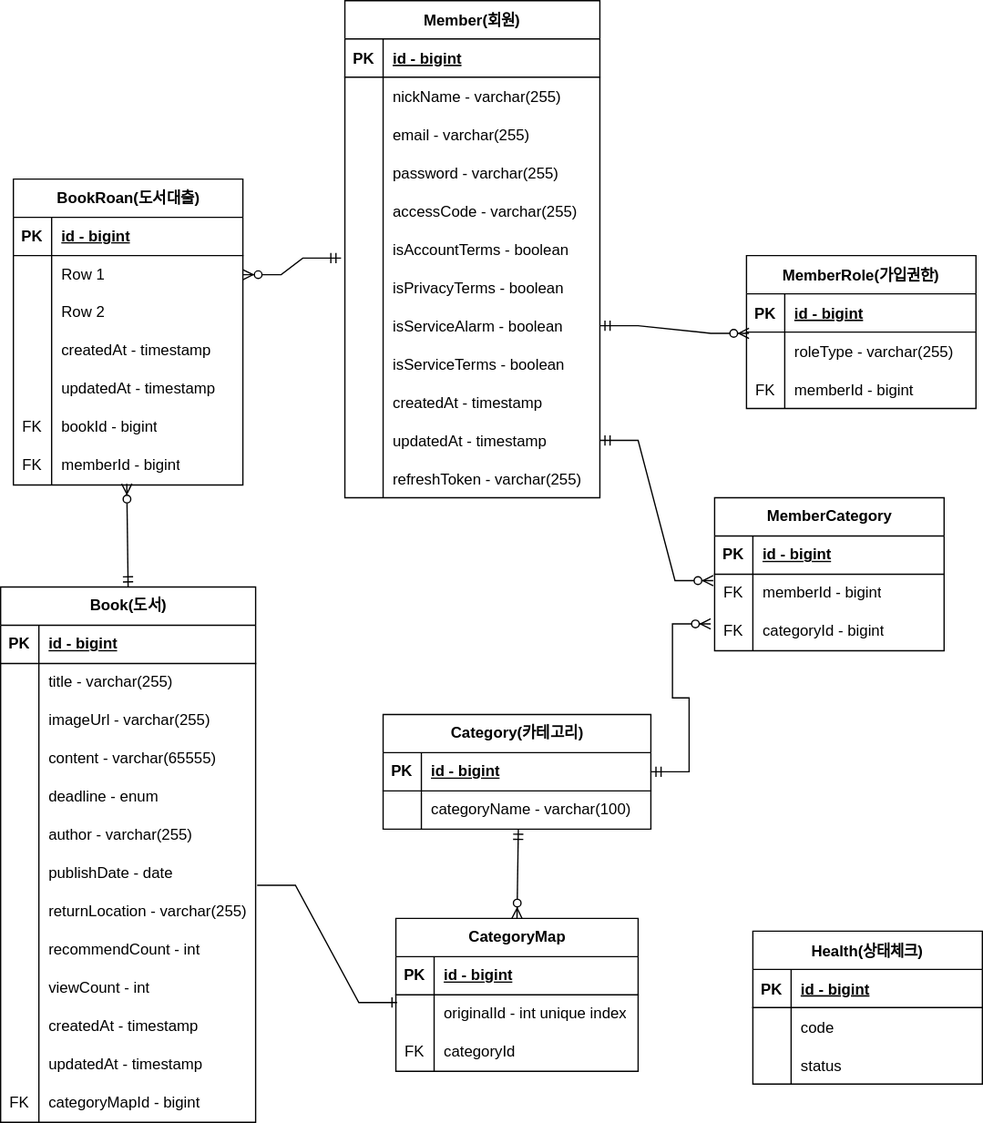
Before: document/litarary.drawio.svg, a diagram exported from draw.io (dukki-labs/litarary). Source tidied: cells renumbered, new cells last; positions are measured from the earlier drawing's top-left corner, leaving out a move shared by most shapes.
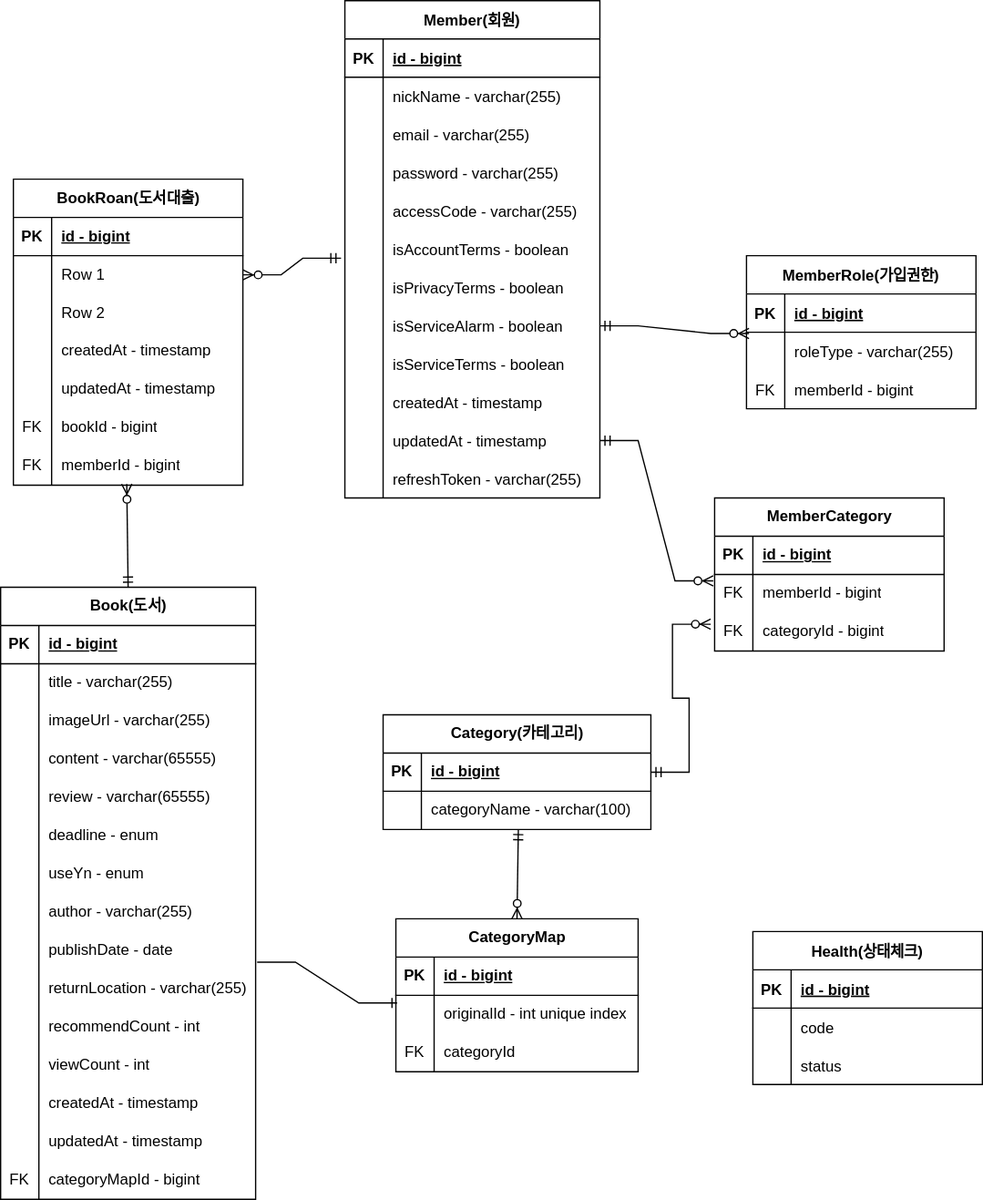
After the commit.

Commit message:
Feat: [#66] 도서테이블ERD 업데이트

Diff of the diagram source:
```diff
@@ -231,7 +231,7 @@
       <mxGeometry relative="1" as="geometry" />
     </mxCell>
     <mxCell id="78" value="Book(도서)" style="shape=table;startSize=30;rowLines=0;fontStyle=1;align=center;html=1;" parent="1" vertex="1">
-      <mxGeometry y="460" width="200" height="420" as="geometry" />
+      <mxGeometry y="460" width="200" height="480" as="geometry" />
     </mxCell>
     <mxCell id="79" style="shape=tableRow;horizontal=0;startSize=0;swimlaneHead=0;swimlaneBody=0;fillColor=none;top=0;left=0;right=0;bottom=1;" parent="78" vertex="1">
       <mxGeometry y="30" width="200" height="30" as="geometry" />
@@ -269,8 +269,17 @@
     <mxCell id="90" value="content - varchar(65555)" style="shape=partialRectangle;fillColor=none;top=0;left=0;bottom=0;right=0;align=left;spacingLeft=6;overflow=hidden;whiteSpace=wrap;html=1;" parent="88" vertex="1">
       <mxGeometry x="30" width="170" height="30" as="geometry" />
     </mxCell>
+    <mxCell id="155" style="shape=tableRow;horizontal=0;startSize=0;swimlaneHead=0;swimlaneBody=0;fillColor=none;top=0;left=0;right=0;bottom=0;" parent="78" vertex="1">
+      <mxGeometry y="150" width="200" height="30" as="geometry" />
+    </mxCell>
+    <mxCell id="156" style="shape=partialRectangle;fillColor=none;top=0;left=0;bottom=0;right=0;overflow=hidden;whiteSpace=wrap;html=1;" parent="155" vertex="1">
+      <mxGeometry width="30" height="30" as="geometry" />
+    </mxCell>
+    <mxCell id="157" value="review - varchar(65555)" style="shape=partialRectangle;fillColor=none;top=0;left=0;bottom=0;right=0;align=left;spacingLeft=6;overflow=hidden;whiteSpace=wrap;html=1;" parent="155" vertex="1">
+      <mxGeometry x="30" width="170" height="30" as="geometry" />
+    </mxCell>
     <mxCell id="91" style="shape=tableRow;horizontal=0;startSize=0;swimlaneHead=0;swimlaneBody=0;fillColor=none;top=0;left=0;right=0;bottom=0;" parent="78" vertex="1">
-      <mxGeometry y="150" width="200" height="30" as="geometry" />
+      <mxGeometry y="180" width="200" height="30" as="geometry" />
     </mxCell>
     <mxCell id="92" style="shape=partialRectangle;fillColor=none;top=0;left=0;bottom=0;right=0;overflow=hidden;whiteSpace=wrap;html=1;" parent="91" vertex="1">
       <mxGeometry width="30" height="30" as="geometry" />
@@ -278,8 +287,17 @@
     <mxCell id="93" value="deadline - enum" style="shape=partialRectangle;fillColor=none;top=0;left=0;bottom=0;right=0;align=left;spacingLeft=6;overflow=hidden;whiteSpace=wrap;html=1;" parent="91" vertex="1">
       <mxGeometry x="30" width="170" height="30" as="geometry" />
     </mxCell>
+    <mxCell id="158" style="shape=tableRow;horizontal=0;startSize=0;swimlaneHead=0;swimlaneBody=0;fillColor=none;top=0;left=0;right=0;bottom=0;" parent="78" vertex="1">
+      <mxGeometry y="210" width="200" height="30" as="geometry" />
+    </mxCell>
+    <mxCell id="159" style="shape=partialRectangle;fillColor=none;top=0;left=0;bottom=0;right=0;overflow=hidden;whiteSpace=wrap;html=1;" parent="158" vertex="1">
+      <mxGeometry width="30" height="30" as="geometry" />
+    </mxCell>
+    <mxCell id="160" value="useYn - enum" style="shape=partialRectangle;fillColor=none;top=0;left=0;bottom=0;right=0;align=left;spacingLeft=6;overflow=hidden;whiteSpace=wrap;html=1;" parent="158" vertex="1">
+      <mxGeometry x="30" width="170" height="30" as="geometry" />
+    </mxCell>
     <mxCell id="94" style="shape=tableRow;horizontal=0;startSize=0;swimlaneHead=0;swimlaneBody=0;fillColor=none;top=0;left=0;right=0;bottom=0;" parent="78" vertex="1">
-      <mxGeometry y="180" width="200" height="30" as="geometry" />
+      <mxGeometry y="240" width="200" height="30" as="geometry" />
     </mxCell>
     <mxCell id="95" style="shape=partialRectangle;fillColor=none;top=0;left=0;bottom=0;right=0;overflow=hidden;whiteSpace=wrap;html=1;" parent="94" vertex="1">
       <mxGeometry width="30" height="30" as="geometry" />
@@ -288,7 +306,7 @@
       <mxGeometry x="30" width="170" height="30" as="geometry" />
     </mxCell>
     <mxCell id="97" style="shape=tableRow;horizontal=0;startSize=0;swimlaneHead=0;swimlaneBody=0;fillColor=none;points=[[0,0.5],[1,0.5]];portConstraint=eastwest;top=0;left=0;right=0;bottom=0;" parent="78" vertex="1">
-      <mxGeometry y="210" width="200" height="30" as="geometry" />
+      <mxGeometry y="270" width="200" height="30" as="geometry" />
     </mxCell>
     <mxCell id="98" style="shape=partialRectangle;fillColor=none;top=0;left=0;bottom=0;right=0;overflow=hidden;whiteSpace=wrap;html=1;" parent="97" vertex="1">
       <mxGeometry width="30" height="30" as="geometry" />
@@ -297,7 +315,7 @@
       <mxGeometry x="30" width="170" height="30" as="geometry" />
     </mxCell>
     <mxCell id="100" style="shape=tableRow;horizontal=0;startSize=0;swimlaneHead=0;swimlaneBody=0;fillColor=none;top=0;left=0;right=0;bottom=0;" parent="78" vertex="1">
-      <mxGeometry y="240" width="200" height="30" as="geometry" />
+      <mxGeometry y="300" width="200" height="30" as="geometry" />
     </mxCell>
     <mxCell id="101" style="shape=partialRectangle;fillColor=none;top=0;left=0;bottom=0;right=0;overflow=hidden;whiteSpace=wrap;html=1;" parent="100" vertex="1">
       <mxGeometry width="30" height="30" as="geometry" />
@@ -306,7 +324,7 @@
       <mxGeometry x="30" width="170" height="30" as="geometry" />
     </mxCell>
     <mxCell id="103" style="shape=tableRow;horizontal=0;startSize=0;swimlaneHead=0;swimlaneBody=0;fillColor=none;top=0;left=0;right=0;bottom=0;" parent="78" vertex="1">
-      <mxGeometry y="270" width="200" height="30" as="geometry" />
+      <mxGeometry y="330" width="200" height="30" as="geometry" />
     </mxCell>
     <mxCell id="104" style="shape=partialRectangle;fillColor=none;top=0;left=0;bottom=0;right=0;overflow=hidden;whiteSpace=wrap;html=1;" parent="103" vertex="1">
       <mxGeometry width="30" height="30" as="geometry" />
@@ -315,7 +333,7 @@
       <mxGeometry x="30" width="170" height="30" as="geometry" />
     </mxCell>
     <mxCell id="106" style="shape=tableRow;horizontal=0;startSize=0;swimlaneHead=0;swimlaneBody=0;fillColor=none;top=0;left=0;right=0;bottom=0;" parent="78" vertex="1">
-      <mxGeometry y="300" width="200" height="30" as="geometry" />
+      <mxGeometry y="360" width="200" height="30" as="geometry" />
     </mxCell>
     <mxCell id="107" style="shape=partialRectangle;fillColor=none;top=0;left=0;bottom=0;right=0;overflow=hidden;whiteSpace=wrap;html=1;" parent="106" vertex="1">
       <mxGeometry width="30" height="30" as="geometry" />
@@ -324,7 +342,7 @@
       <mxGeometry x="30" width="170" height="30" as="geometry" />
     </mxCell>
     <mxCell id="109" style="shape=tableRow;horizontal=0;startSize=0;swimlaneHead=0;swimlaneBody=0;fillColor=none;top=0;left=0;right=0;bottom=0;" parent="78" vertex="1">
-      <mxGeometry y="330" width="200" height="30" as="geometry" />
+      <mxGeometry y="390" width="200" height="30" as="geometry" />
     </mxCell>
     <mxCell id="110" style="shape=partialRectangle;fillColor=none;top=0;left=0;bottom=0;right=0;overflow=hidden;whiteSpace=wrap;html=1;" parent="109" vertex="1">
       <mxGeometry width="30" height="30" as="geometry" />
@@ -333,7 +351,7 @@
       <mxGeometry x="30" width="170" height="30" as="geometry" />
     </mxCell>
     <mxCell id="112" style="shape=tableRow;horizontal=0;startSize=0;swimlaneHead=0;swimlaneBody=0;fillColor=none;top=0;left=0;right=0;bottom=0;" parent="78" vertex="1">
-      <mxGeometry y="360" width="200" height="30" as="geometry" />
+      <mxGeometry y="420" width="200" height="30" as="geometry" />
     </mxCell>
     <mxCell id="113" style="shape=partialRectangle;fillColor=none;top=0;left=0;bottom=0;right=0;overflow=hidden;whiteSpace=wrap;html=1;" parent="112" vertex="1">
       <mxGeometry width="30" height="30" as="geometry" />
@@ -342,7 +360,7 @@
       <mxGeometry x="30" width="170" height="30" as="geometry" />
     </mxCell>
     <mxCell id="115" style="shape=tableRow;horizontal=0;startSize=0;swimlaneHead=0;swimlaneBody=0;fillColor=none;top=0;left=0;right=0;bottom=0;" parent="78" vertex="1">
-      <mxGeometry y="390" width="200" height="30" as="geometry" />
+      <mxGeometry y="450" width="200" height="30" as="geometry" />
     </mxCell>
     <mxCell id="116" value="FK" style="shape=partialRectangle;fillColor=none;top=0;left=0;bottom=0;right=0;overflow=hidden;whiteSpace=wrap;html=1;" parent="115" vertex="1">
       <mxGeometry width="30" height="30" as="geometry" />
```
